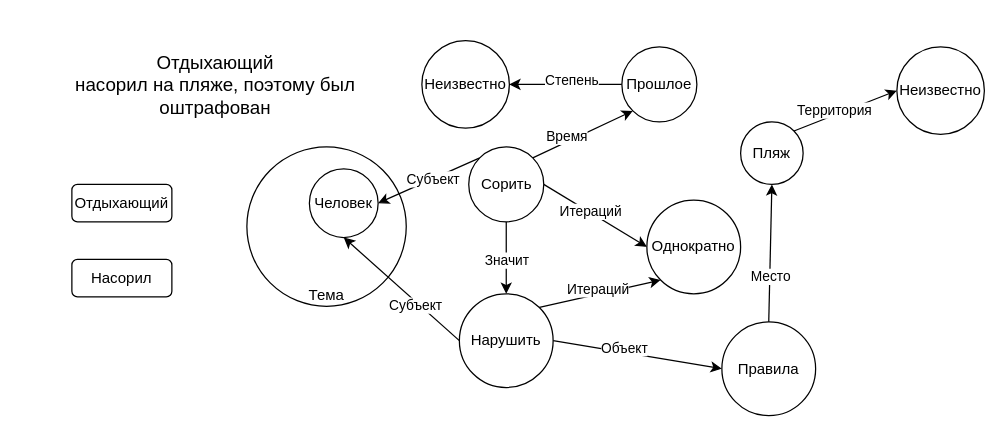
Before: semantic final.drawio in DMfananddu/DSM, a draw.io diagram. Source tidied: cells renumbered, new cells numbered last; positions are measured from the earlier drawing's top-left corner, leaving out a move shared by most shapes. Both pictures are drawn from the tidied source at 125%, with x=0, y=0 at pixel (21, 34).
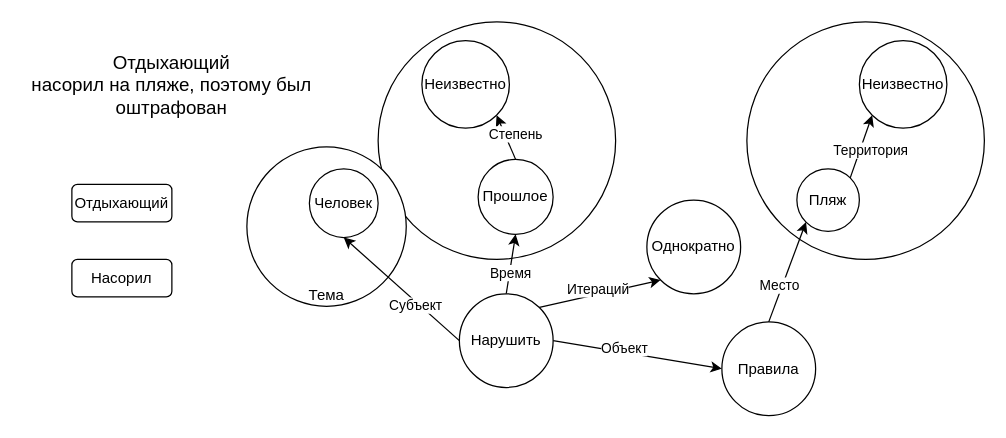
Above is the later version.

Unchanged cells that the change refers to:
```xml
<mxCell id="5" value="Человек" style="ellipse;whiteSpace=wrap;html=1;" parent="1" vertex="1">
  <mxGeometry x="230" y="107.5" width="55" height="55" as="geometry" />
</mxCell>
<mxCell id="16" value="Однократно" style="ellipse;whiteSpace=wrap;html=1;" parent="1" vertex="1">
  <mxGeometry x="500" y="132.5" width="75" height="75" as="geometry" />
</mxCell>
<mxCell id="23" value="Нарушить" style="ellipse;whiteSpace=wrap;html=1;" parent="1" vertex="1">
  <mxGeometry x="350" y="207.5" width="75" height="75" as="geometry" />
</mxCell>
<mxCell id="26" value="Правила" style="ellipse;whiteSpace=wrap;html=1;" parent="1" vertex="1">
  <mxGeometry x="560" y="230" width="75" height="75" as="geometry" />
</mxCell>
<mxCell id="33" value="Неизвестно" style="ellipse;whiteSpace=wrap;html=1;" parent="1" vertex="1">
  <mxGeometry x="320" y="5" width="70" height="70" as="geometry" />
</mxCell>
```

Change to the diagram source:
```diff
@@
+    <mxCell id="35" style="ellipse;whiteSpace=wrap;html=1;" parent="1" vertex="1">
+      <mxGeometry x="580" y="-10" width="190" height="190" as="geometry" />
+    </mxCell>
+    <mxCell id="36" style="ellipse;whiteSpace=wrap;html=1;" parent="1" vertex="1">
+      <mxGeometry x="285" y="-10" width="190" height="190" as="geometry" />
+    </mxCell>
@@
     <mxCell id="3" value="&lt;span style=&quot;font-family: &amp;#34;calibri&amp;#34;&quot;&gt;&lt;font style=&quot;font-size: 15px&quot;&gt;Отдыхающий&lt;br/&gt;насорил на пляже, поэтому был оштрафован&lt;/font&gt;&lt;/span&gt;" style="text;html=1;strokeColor=none;fillColor=none;align=center;verticalAlign=middle;whiteSpace=wrap;rounded=0;" parent="1" vertex="1">
-      <mxGeometry width="310" height="80" as="geometry" />
+      <mxGeometry width="240" height="80" as="geometry" />
     </mxCell>
@@
-    <mxCell id="7" style="rounded=0;jettySize=auto;html=1;exitX=1;exitY=0.5;exitDx=0;exitDy=0;entryX=0;entryY=0.5;entryDx=0;entryDy=0;" parent="1" edge="1" source="15" target="16">
-      <mxGeometry relative="1" as="geometry" />
-    </mxCell>
-    <mxCell id="8" value="Итераций" style="edgeLabel;html=1;align=center;verticalAlign=middle;" parent="7" vertex="1">
-      <mxGeometry x="-0.44" y="4" relative="1" as="geometry">
-        <mxPoint x="11.7" y="10.8" as="offset" />
-      </mxGeometry>
-    </mxCell>
-    <mxCell id="9" style="edgeStyle=none;rounded=0;jettySize=auto;html=1;exitX=0.5;exitY=1;exitDx=0;exitDy=0;entryX=0.5;entryY=0;entryDx=0;entryDy=0;" parent="1" edge="1" source="15" target="23">
-      <mxGeometry relative="1" as="geometry" />
-    </mxCell>
-    <mxCell id="10" value="Значит" style="edgeLabel;html=1;align=center;verticalAlign=middle;" parent="9" vertex="1">
-      <mxGeometry x="0.29" y="-1" relative="1" as="geometry">
-        <mxPoint x="1" y="-7" as="offset" />
-      </mxGeometry>
-    </mxCell>
-    <mxCell id="11" style="edgeStyle=none;rounded=0;jettySize=auto;html=1;exitX=0;exitY=0;exitDx=0;exitDy=0;entryX=1;entryY=0.5;entryDx=0;entryDy=0;" parent="1" edge="1" source="15" target="5">
-      <mxGeometry relative="1" as="geometry" />
-    </mxCell>
-    <mxCell id="12" value="Субъект" style="edgeLabel;html=1;align=center;verticalAlign=middle;" parent="11" vertex="1">
-      <mxGeometry x="0.44" y="-3" relative="1" as="geometry">
-        <mxPoint x="22.1" y="-6.7" as="offset" />
-      </mxGeometry>
-    </mxCell>
-    <mxCell id="13" style="edgeStyle=none;rounded=0;jettySize=auto;html=1;exitX=1;exitY=0;exitDx=0;exitDy=0;entryX=0;entryY=1;entryDx=0;entryDy=0;" parent="1" edge="1" source="15" target="32">
-      <mxGeometry relative="1" as="geometry" />
-    </mxCell>
-    <mxCell id="14" value="Время" style="edgeLabel;html=1;align=center;verticalAlign=middle;" parent="13" vertex="1">
-      <mxGeometry x="-0.3" y="4" relative="1" as="geometry" />
-    </mxCell>
-    <mxCell id="15" value="Сорить" style="ellipse;whiteSpace=wrap;html=1;" parent="1" vertex="1">
-      <mxGeometry x="357.5" y="90" width="60" height="60" as="geometry" />
-    </mxCell>
@@
+    <mxCell id="37" style="edgeStyle=none;rounded=0;jettySize=auto;html=1;exitX=0.5;exitY=0;exitDx=0;exitDy=0;entryX=0.5;entryY=1;entryDx=0;entryDy=0;" parent="1" edge="1" source="23" target="32">
+      <mxGeometry relative="1" as="geometry" />
+    </mxCell>
+    <mxCell id="14" value="Время" style="edgeLabel;html=1;align=center;verticalAlign=middle;" parent="37" vertex="1">
+      <mxGeometry x="-0.53" relative="1" as="geometry">
+        <mxPoint x="0.8" y="-6.6" as="offset" />
+      </mxGeometry>
+    </mxCell>
@@
-    <mxCell id="24" style="edgeStyle=none;rounded=0;jettySize=auto;html=1;exitX=0.5;exitY=0;exitDx=0;exitDy=0;entryX=0.5;entryY=1;entryDx=0;entryDy=0;" parent="1" edge="1" source="26" target="29">
+    <mxCell id="24" style="edgeStyle=none;rounded=0;jettySize=auto;html=1;exitX=0.5;exitY=0;exitDx=0;exitDy=0;entryX=0;entryY=1;entryDx=0;entryDy=0;" parent="1" edge="1" source="26" target="29">
       <mxGeometry relative="1" as="geometry" />
     </mxCell>
@@
-    <mxCell id="27" style="edgeStyle=none;rounded=0;jettySize=auto;html=1;exitX=1;exitY=0;exitDx=0;exitDy=0;entryX=0;entryY=0.5;entryDx=0;entryDy=0;" parent="1" edge="1" source="29" target="34">
+    <mxCell id="27" style="edgeStyle=none;rounded=0;jettySize=auto;html=1;exitX=1;exitY=0;exitDx=0;exitDy=0;entryX=0;entryY=1;entryDx=0;entryDy=0;" parent="1" edge="1" source="29" target="34">
       <mxGeometry relative="1" as="geometry" />
     </mxCell>
@@
     <mxCell id="29" value="Пляж" style="ellipse;whiteSpace=wrap;html=1;" parent="1" vertex="1">
-      <mxGeometry x="575" y="70" width="50" height="50" as="geometry" />
+      <mxGeometry x="620" y="107.5" width="50" height="50" as="geometry" />
     </mxCell>
-    <mxCell id="30" style="edgeStyle=none;rounded=0;jettySize=auto;html=1;exitX=0;exitY=0.5;exitDx=0;exitDy=0;entryX=1;entryY=0.5;entryDx=0;entryDy=0;" parent="1" edge="1" source="32" target="33">
+    <mxCell id="30" style="edgeStyle=none;rounded=0;jettySize=auto;html=1;exitX=0.5;exitY=0;exitDx=0;exitDy=0;entryX=1;entryY=1;entryDx=0;entryDy=0;" parent="1" edge="1" source="32" target="33">
       <mxGeometry relative="1" as="geometry" />
     </mxCell>
     <mxCell id="31" value="Степень" style="edgeLabel;html=1;align=center;verticalAlign=middle;" parent="30" vertex="1">
       <mxGeometry x="0.5" y="-4" relative="1" as="geometry">
-        <mxPoint x="27" as="offset" />
+        <mxPoint x="7.8" y="8.2" as="offset" />
       </mxGeometry>
     </mxCell>
     <mxCell id="32" value="Прошлое" style="ellipse;whiteSpace=wrap;html=1;" parent="1" vertex="1">
-      <mxGeometry x="480" y="10" width="60" height="60" as="geometry" />
+      <mxGeometry x="365" y="100" width="60" height="60" as="geometry" />
     </mxCell>
@@
     <mxCell id="34" value="Неизвестно" style="ellipse;whiteSpace=wrap;html=1;" parent="1" vertex="1">
-      <mxGeometry x="700" y="10" width="70" height="70" as="geometry" />
+      <mxGeometry x="670" y="5" width="70" height="70" as="geometry" />
     </mxCell>
```
